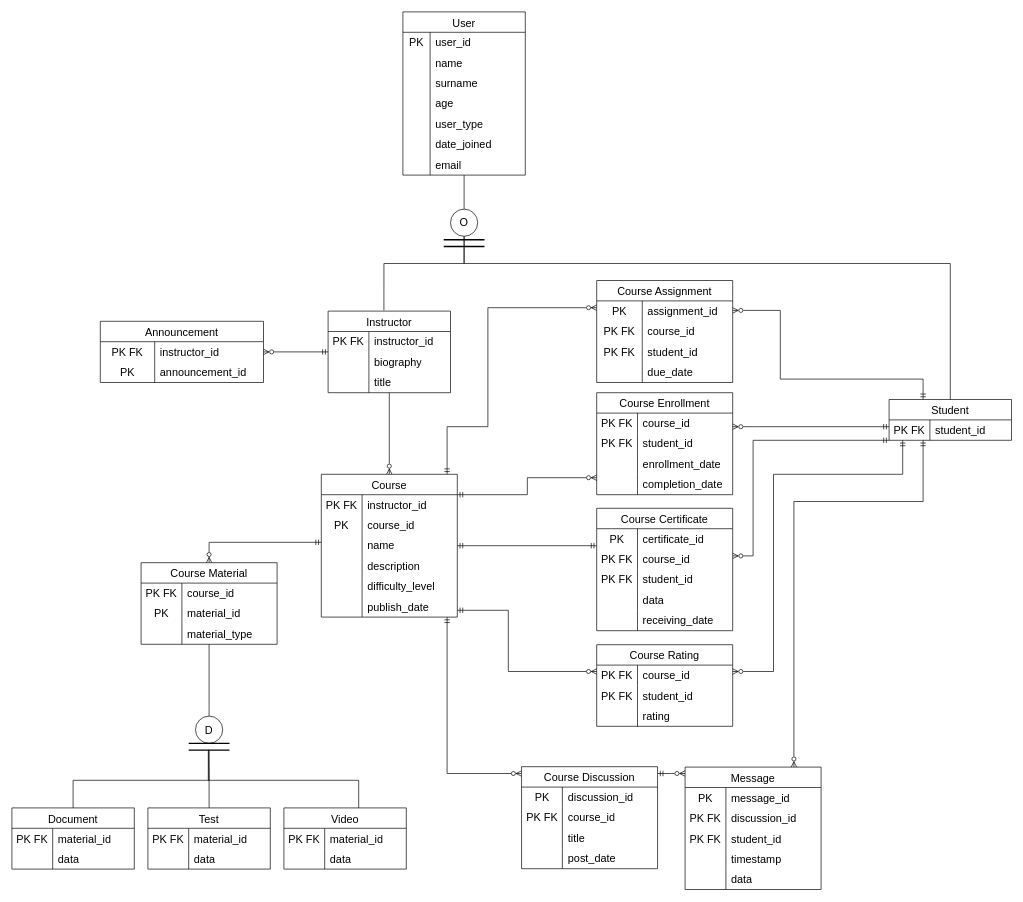
This is Başlıksız Diyagram.drawio from Luieitalian/VTYS, a draw.io file, before an edit. Source tidied: cells renumbered, new cells numbered last; positions are measured from the earlier drawing's top-left corner, leaving out a move shared by most shapes. Both pictures are drawn from the tidied source at 68%, with x=0, y=0 at pixel (12, 12).
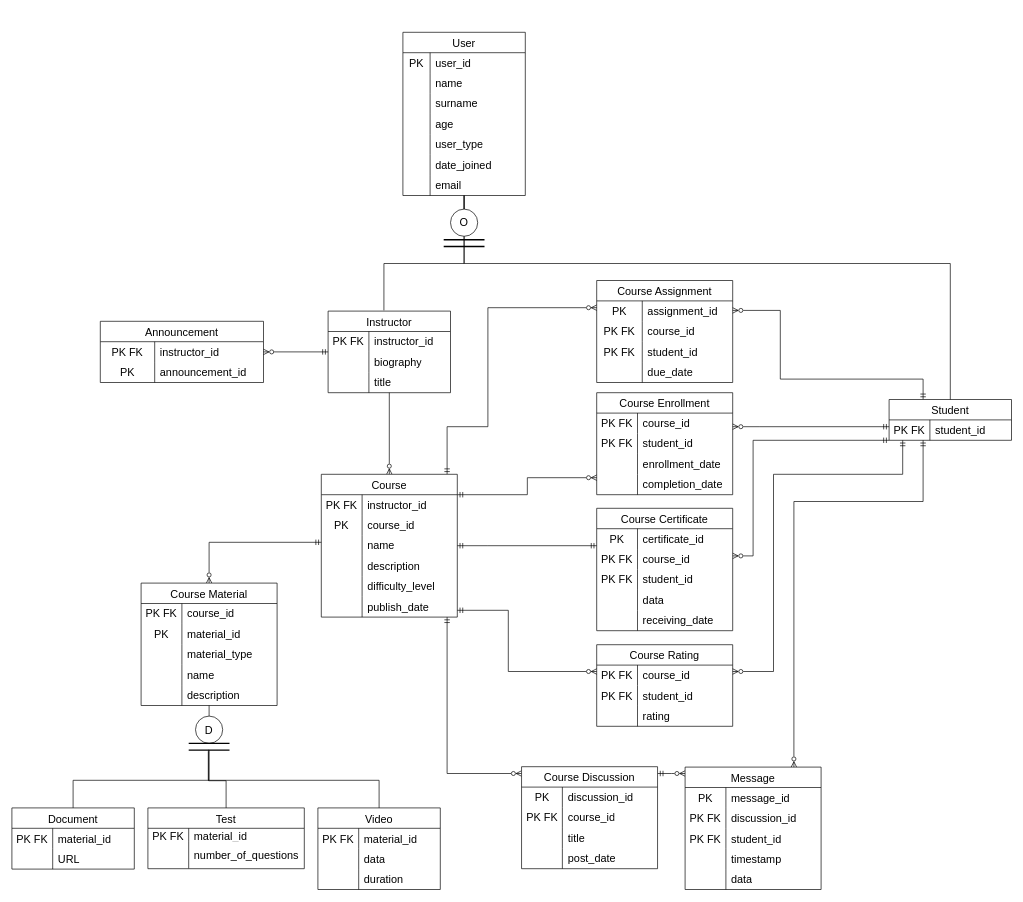
The same diagram, later.

The change refers to these unchanged cells:
```xml
<mxCell id="102" style="shape=tableRow;horizontal=0;startSize=0;swimlaneHead=0;swimlaneBody=0;top=0;left=0;bottom=0;right=0;fillColor=none;strokeColor=inherit;fontSize=16;" parent="98" vertex="1">
  <mxGeometry y="60" width="180" height="30" as="geometry" />
</mxCell>
<mxCell id="200" style="line;strokeWidth=2;html=1;" parent="1" vertex="1">
  <mxGeometry x="260" y="1080.6" width="60" height="10" as="geometry" />
</mxCell>
```

Diff of the diagram source:
```diff
@@
     <mxCell id="3" value="User" style="shape=table;startSize=30;childLayout=tableLayout;rowLines=0;fontStyle=0;strokeColor=default;fontSize=16;" parent="1" vertex="1">
-      <mxGeometry x="575" width="180" height="240" as="geometry" />
+      <mxGeometry x="575" y="30" width="180" height="240" as="geometry" />
     </mxCell>
@@
     <mxCell id="86" value="Course Material" style="shape=table;startSize=30;childLayout=tableLayout;rowLines=0;fontStyle=0;strokeColor=default;fontSize=16;" parent="1" vertex="1">
-      <mxGeometry x="190" y="810" width="200" height="120" as="geometry" />
+      <mxGeometry x="190" y="840" width="200" height="180" as="geometry" />
     </mxCell>
@@
+    <mxCell id="203" style="shape=tableRow;horizontal=0;startSize=0;swimlaneHead=0;swimlaneBody=0;top=0;left=0;bottom=0;right=0;fillColor=none;strokeColor=inherit;fontSize=16;" parent="86" vertex="1">
+      <mxGeometry y="120" width="200" height="30" as="geometry" />
+    </mxCell>
+    <mxCell id="204" style="shape=partialRectangle;html=1;whiteSpace=wrap;fillColor=none;top=0;left=0;bottom=0;right=0;overflow=hidden;strokeColor=inherit;fontSize=16;" parent="203" vertex="1">
+      <mxGeometry width="60" height="30" as="geometry" />
+    </mxCell>
+    <mxCell id="205" value="name" style="shape=partialRectangle;html=1;whiteSpace=wrap;fillColor=none;top=0;left=0;bottom=0;right=0;align=left;spacingLeft=6;overflow=hidden;strokeColor=inherit;fontSize=16;" parent="203" vertex="1">
+      <mxGeometry x="60" width="140" height="30" as="geometry" />
+    </mxCell>
+    <mxCell id="206" style="shape=tableRow;horizontal=0;startSize=0;swimlaneHead=0;swimlaneBody=0;top=0;left=0;bottom=0;right=0;fillColor=none;strokeColor=inherit;fontSize=16;" parent="86" vertex="1">
+      <mxGeometry y="150" width="200" height="30" as="geometry" />
+    </mxCell>
+    <mxCell id="207" style="shape=partialRectangle;html=1;whiteSpace=wrap;fillColor=none;top=0;left=0;bottom=0;right=0;overflow=hidden;strokeColor=inherit;fontSize=16;" parent="206" vertex="1">
+      <mxGeometry width="60" height="30" as="geometry" />
+    </mxCell>
+    <mxCell id="208" value="description" style="shape=partialRectangle;html=1;whiteSpace=wrap;fillColor=none;top=0;left=0;bottom=0;right=0;align=left;spacingLeft=6;overflow=hidden;strokeColor=inherit;fontSize=16;" parent="206" vertex="1">
+      <mxGeometry x="60" width="140" height="30" as="geometry" />
+    </mxCell>
@@
-    <mxCell id="104" value="data" style="shape=partialRectangle;html=1;whiteSpace=wrap;fillColor=none;top=0;left=0;bottom=0;right=0;align=left;spacingLeft=6;overflow=hidden;strokeColor=inherit;fontSize=16;" parent="102" vertex="1">
+    <mxCell id="104" value="URL" style="shape=partialRectangle;html=1;whiteSpace=wrap;fillColor=none;top=0;left=0;bottom=0;right=0;align=left;spacingLeft=6;overflow=hidden;strokeColor=inherit;fontSize=16;" parent="102" vertex="1">
       <mxGeometry x="60" width="120" height="30" as="geometry" />
     </mxCell>
     <mxCell id="105" value="Video" style="shape=table;startSize=30;childLayout=tableLayout;rowLines=0;fontStyle=0;strokeColor=default;fontSize=16;" parent="1" vertex="1">
-      <mxGeometry x="400" y="1170.6" width="180" height="90" as="geometry" />
+      <mxGeometry x="450" y="1170.6" width="180" height="120" as="geometry" />
     </mxCell>
@@
+    <mxCell id="209" style="shape=tableRow;horizontal=0;startSize=0;swimlaneHead=0;swimlaneBody=0;top=0;left=0;bottom=0;right=0;fillColor=none;strokeColor=inherit;fontSize=16;" parent="105" vertex="1">
+      <mxGeometry y="90" width="180" height="30" as="geometry" />
+    </mxCell>
+    <mxCell id="210" style="shape=partialRectangle;html=1;whiteSpace=wrap;fillColor=none;top=0;left=0;bottom=0;right=0;overflow=hidden;strokeColor=inherit;fontSize=16;" parent="209" vertex="1">
+      <mxGeometry width="60" height="30" as="geometry" />
+    </mxCell>
+    <mxCell id="211" value="duration" style="shape=partialRectangle;html=1;whiteSpace=wrap;fillColor=none;top=0;left=0;bottom=0;right=0;align=left;spacingLeft=6;overflow=hidden;strokeColor=inherit;fontSize=16;" parent="209" vertex="1">
+      <mxGeometry x="60" width="120" height="30" as="geometry" />
+    </mxCell>
@@
     <mxCell id="193" value="Test" style="shape=table;startSize=30;childLayout=tableLayout;rowLines=0;fontStyle=0;strokeColor=default;fontSize=16;" parent="1" vertex="1">
-      <mxGeometry x="200" y="1170.6" width="180" height="90" as="geometry" />
+      <mxGeometry x="200" y="1170.6" width="230" height="89.4" as="geometry" />
     </mxCell>
     <mxCell id="194" style="shape=tableRow;horizontal=0;startSize=0;swimlaneHead=0;swimlaneBody=0;top=0;left=0;bottom=0;right=0;fillColor=none;strokeColor=inherit;fontSize=16;" parent="193" vertex="1">
-      <mxGeometry y="30" width="180" height="30" as="geometry" />
+      <mxGeometry y="30" width="230" height="20" as="geometry" />
     </mxCell>
     <mxCell id="195" value="PK FK" style="shape=partialRectangle;html=1;whiteSpace=wrap;fillColor=none;top=0;left=0;bottom=0;right=0;overflow=hidden;strokeColor=inherit;fontSize=16;" parent="194" vertex="1">
-      <mxGeometry width="60" height="30" as="geometry" />
+      <mxGeometry width="60" height="20" as="geometry" />
     </mxCell>
     <mxCell id="196" value="material_id" style="shape=partialRectangle;html=1;whiteSpace=wrap;fillColor=none;top=0;left=0;bottom=0;right=0;align=left;spacingLeft=6;overflow=hidden;strokeColor=inherit;fontSize=16;" parent="194" vertex="1">
-      <mxGeometry x="60" width="120" height="30" as="geometry" />
+      <mxGeometry x="60" width="170" height="20" as="geometry" />
     </mxCell>
     <mxCell id="197" style="shape=tableRow;horizontal=0;startSize=0;swimlaneHead=0;swimlaneBody=0;top=0;left=0;bottom=0;right=0;fillColor=none;strokeColor=inherit;fontSize=16;" parent="193" vertex="1">
-      <mxGeometry y="60" width="180" height="30" as="geometry" />
+      <mxGeometry y="50" width="230" height="39" as="geometry" />
     </mxCell>
     <mxCell id="198" style="shape=partialRectangle;html=1;whiteSpace=wrap;fillColor=none;top=0;left=0;bottom=0;right=0;overflow=hidden;strokeColor=inherit;fontSize=16;" parent="197" vertex="1">
-      <mxGeometry width="60" height="30" as="geometry" />
+      <mxGeometry width="60" height="39" as="geometry" />
     </mxCell>
-    <mxCell id="199" value="data" style="shape=partialRectangle;html=1;whiteSpace=wrap;fillColor=none;top=0;left=0;bottom=0;right=0;align=left;spacingLeft=6;overflow=hidden;strokeColor=inherit;fontSize=16;" parent="197" vertex="1">
-      <mxGeometry x="60" width="120" height="30" as="geometry" />
+    <mxCell id="199" value="number_of_questions" style="shape=partialRectangle;html=1;whiteSpace=wrap;fillColor=none;top=0;left=0;bottom=0;right=0;align=left;spacingLeft=6;overflow=hidden;strokeColor=inherit;fontSize=16;" parent="197" vertex="1">
+      <mxGeometry x="60" width="170" height="39" as="geometry" />
     </mxCell>
@@
     <mxCell id="201" style="edgeStyle=orthogonalEdgeStyle;rounded=0;jettySize=auto;html=1;entryX=0.48;entryY=0.667;entryDx=0;entryDy=0;entryPerimeter=0;endArrow=none;endFill=0;" parent="1" edge="1" source="105" target="200">
       <mxGeometry relative="1" as="geometry">
         <Array as="points">
-          <mxPoint x="510" y="1130" />
+          <mxPoint x="540" y="1130" />
           <mxPoint x="289" y="1130" />
         </Array>
       </mxGeometry>
     </mxCell>
```
